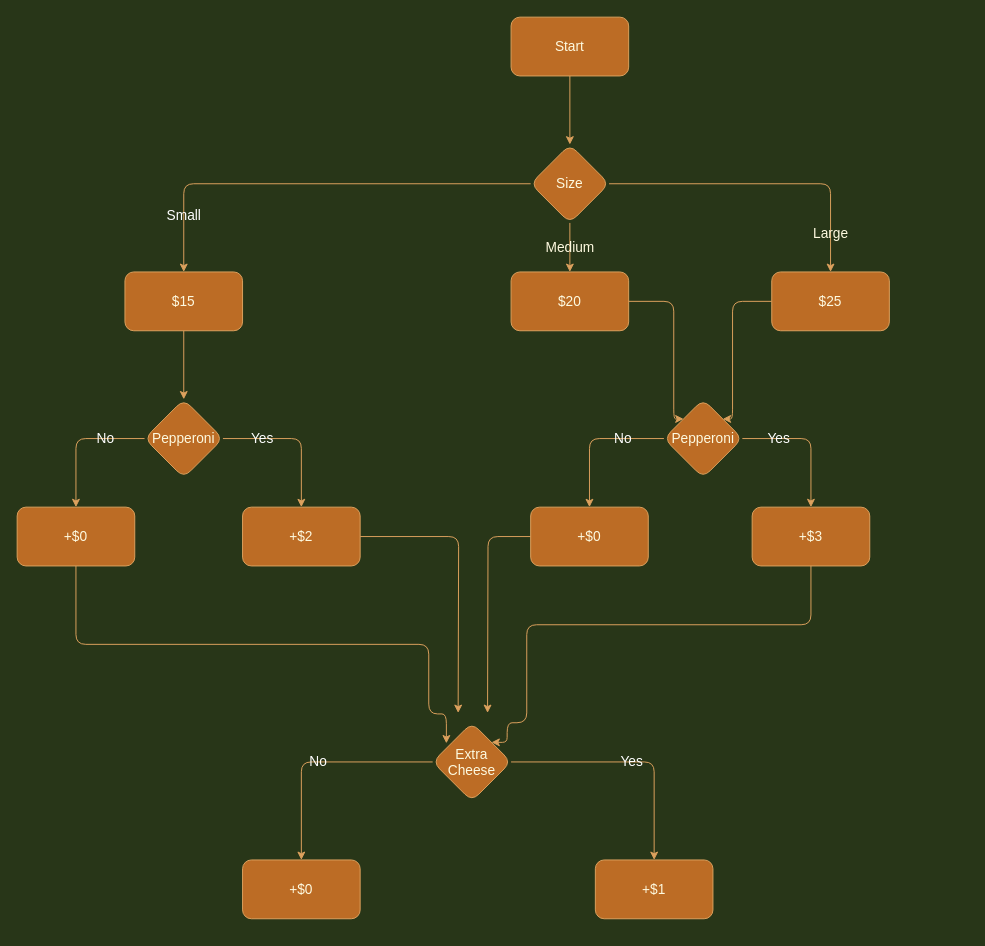
Earlier version of the draw.io diagram chartflow-Pizza-order.drawio (Miroo1010/Day-3-4-Exercise-Pizza-order). Source tidied: cells renumbered, new cells numbered last; positions are measured from the earlier drawing's top-left corner, leaving out a move shared by most shapes. Both pictures are drawn from the tidied source at 98%, with x=0, y=0 at pixel (17, 17).
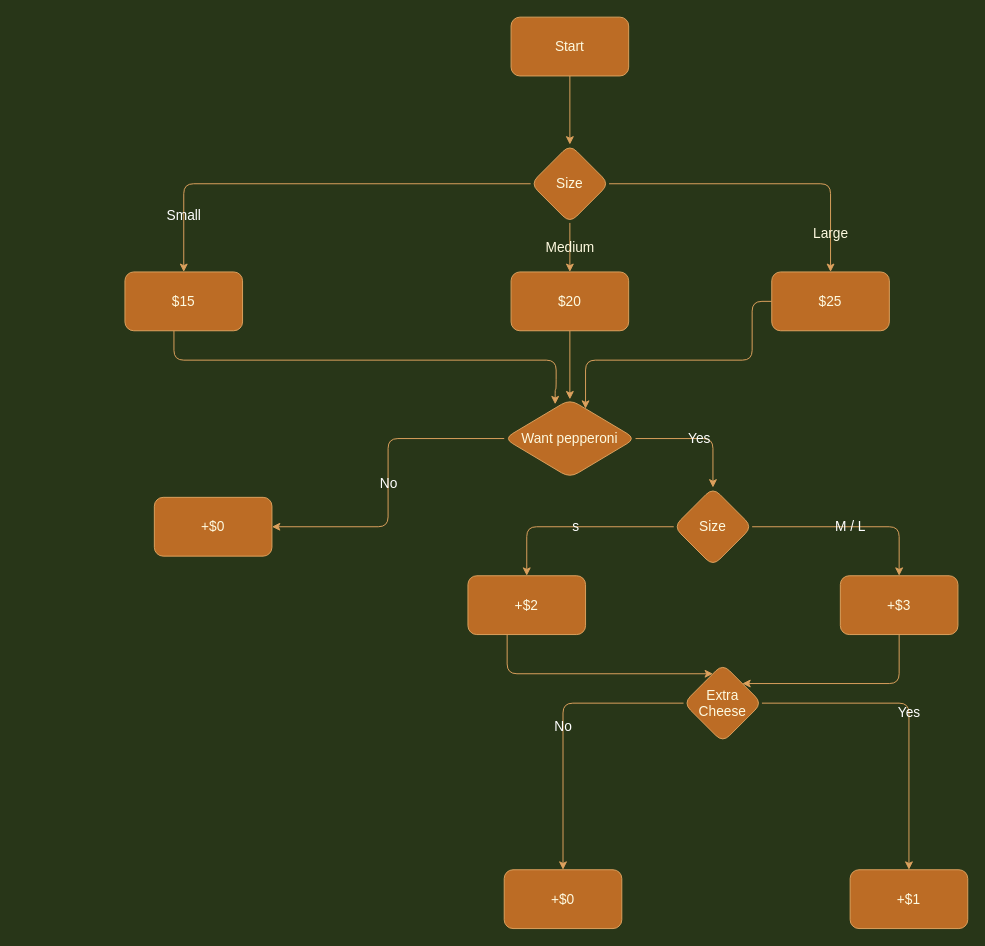
The same diagram, later.

The change refers to these unchanged cells:
```xml
<mxCell id="9" value="$15" style="whiteSpace=wrap;html=1;fontSize=14;fillColor=#BC6C25;strokeColor=#DDA15E;fontColor=#FEFAE0;rounded=1;sketch=0;" parent="1" vertex="1">
  <mxGeometry x="110" y="260" width="120" height="60" as="geometry" />
</mxCell>
<mxCell id="11" value="$20" style="whiteSpace=wrap;html=1;fontSize=14;fillColor=#BC6C25;strokeColor=#DDA15E;fontColor=#FEFAE0;rounded=1;sketch=0;" parent="1" vertex="1">
  <mxGeometry x="504" y="260" width="120" height="60" as="geometry" />
</mxCell>
<mxCell id="13" value="$25" style="whiteSpace=wrap;html=1;fontSize=14;fillColor=#BC6C25;strokeColor=#DDA15E;fontColor=#FEFAE0;rounded=1;sketch=0;" parent="1" vertex="1">
  <mxGeometry x="770" y="260" width="120" height="60" as="geometry" />
</mxCell>
```

What changed in the source:
```diff
@@
-    <mxCell id="8" style="edgeStyle=orthogonalEdgeStyle;curved=0;rounded=1;sketch=0;jettySize=auto;html=1;labelBackgroundColor=none;fontSize=14;fontColor=#FFFFFF;strokeColor=#DDA15E;fillColor=#BC6C25;" parent="1" edge="1" source="9" target="16">
-      <mxGeometry relative="1" as="geometry" />
+    <mxCell id="8" style="edgeStyle=orthogonalEdgeStyle;curved=0;rounded=1;sketch=0;jettySize=auto;html=1;labelBackgroundColor=none;fontSize=14;fontColor=#FFFFFF;strokeColor=#DDA15E;fillColor=#BC6C25;entryX=0.388;entryY=0.063;entryDx=0;entryDy=0;entryPerimeter=0;" parent="1" edge="1" source="9" target="36">
+      <mxGeometry relative="1" as="geometry">
+        <Array as="points">
+          <mxPoint x="160" y="350" />
+          <mxPoint x="550" y="350" />
+          <mxPoint x="550" y="380" />
+          <mxPoint x="549" y="380" />
+        </Array>
+      </mxGeometry>
     </mxCell>
@@
-    <mxCell id="10" style="edgeStyle=orthogonalEdgeStyle;curved=0;rounded=1;sketch=0;jettySize=auto;html=1;labelBackgroundColor=none;fontSize=14;fontColor=#FFFFFF;strokeColor=#DDA15E;fillColor=#BC6C25;entryX=0;entryY=0;entryDx=0;entryDy=0;" parent="1" edge="1" source="11" target="23">
-      <mxGeometry relative="1" as="geometry">
-        <Array as="points">
-          <mxPoint x="670" y="290" />
-          <mxPoint x="670" y="410" />
-        </Array>
-      </mxGeometry>
-    </mxCell>
+    <mxCell id="33" style="edgeStyle=orthogonalEdgeStyle;curved=0;rounded=1;sketch=0;jettySize=auto;html=1;labelBackgroundColor=none;fontSize=14;fontColor=#FFFFFF;strokeColor=#DDA15E;fillColor=#BC6C25;" parent="1" edge="1" source="11" target="36">
+      <mxGeometry relative="1" as="geometry" />
+    </mxCell>
@@
-    <mxCell id="12" style="edgeStyle=orthogonalEdgeStyle;curved=0;rounded=1;sketch=0;jettySize=auto;html=1;labelBackgroundColor=none;fontSize=14;fontColor=#FFFFFF;strokeColor=#DDA15E;fillColor=#BC6C25;entryX=1;entryY=0;entryDx=0;entryDy=0;" parent="1" edge="1" source="13" target="23">
+    <mxCell id="12" style="edgeStyle=orthogonalEdgeStyle;curved=0;rounded=1;sketch=0;jettySize=auto;html=1;labelBackgroundColor=none;fontSize=14;fontColor=#FFFFFF;strokeColor=#DDA15E;fillColor=#BC6C25;" parent="1" edge="1" source="13" target="36">
       <mxGeometry relative="1" as="geometry">
         <Array as="points">
-          <mxPoint x="730" y="290" />
-          <mxPoint x="730" y="410" />
+          <mxPoint x="750" y="290" />
+          <mxPoint x="750" y="350" />
+          <mxPoint x="580" y="350" />
         </Array>
       </mxGeometry>
     </mxCell>
@@
-    <mxCell id="14" value="Yes" style="edgeStyle=orthogonalEdgeStyle;curved=0;rounded=1;sketch=0;jettySize=auto;html=1;labelBackgroundColor=none;fontSize=14;fontColor=#FFFFFF;strokeColor=#DDA15E;fillColor=#BC6C25;" parent="1" edge="1" source="16" target="18">
-      <mxGeometry x="-0.47" relative="1" as="geometry" />
-    </mxCell>
-    <mxCell id="15" value="No" style="edgeStyle=orthogonalEdgeStyle;curved=0;rounded=1;sketch=0;jettySize=auto;html=1;labelBackgroundColor=none;fontSize=14;fontColor=#FFFFFF;strokeColor=#DDA15E;fillColor=#BC6C25;" parent="1" edge="1" source="16" target="20">
-      <mxGeometry x="-0.43" relative="1" as="geometry" />
-    </mxCell>
-    <mxCell id="16" value="Pepperoni" style="rhombus;whiteSpace=wrap;html=1;fontSize=14;fillColor=#BC6C25;strokeColor=#DDA15E;fontColor=#FEFAE0;rounded=1;sketch=0;" parent="1" vertex="1">
-      <mxGeometry x="130" y="390" width="80" height="80" as="geometry" />
-    </mxCell>
-    <mxCell id="17" style="edgeStyle=orthogonalEdgeStyle;curved=0;rounded=1;sketch=0;jettySize=auto;html=1;labelBackgroundColor=none;fontSize=14;fontColor=#FFFFFF;strokeColor=#DDA15E;fillColor=#BC6C25;" parent="1" edge="1" source="18">
-      <mxGeometry relative="1" as="geometry">
-        <mxPoint x="450" y="710" as="targetPoint" />
-      </mxGeometry>
-    </mxCell>
-    <mxCell id="18" value="+$2" style="whiteSpace=wrap;html=1;fontSize=14;fillColor=#BC6C25;strokeColor=#DDA15E;fontColor=#FEFAE0;rounded=1;sketch=0;" parent="1" vertex="1">
-      <mxGeometry x="230" y="500" width="120" height="60" as="geometry" />
-    </mxCell>
-    <mxCell id="19" style="edgeStyle=orthogonalEdgeStyle;curved=0;rounded=1;sketch=0;jettySize=auto;html=1;labelBackgroundColor=none;fontSize=14;fontColor=#FFFFFF;strokeColor=#DDA15E;fillColor=#BC6C25;entryX=0.175;entryY=0.263;entryDx=0;entryDy=0;entryPerimeter=0;" parent="1" edge="1" source="20" target="30">
-      <mxGeometry relative="1" as="geometry">
-        <Array as="points">
-          <mxPoint x="60" y="640" />
-          <mxPoint x="420" y="640" />
-          <mxPoint x="420" y="711" />
-        </Array>
-      </mxGeometry>
-    </mxCell>
     <mxCell id="20" value="+$0" style="whiteSpace=wrap;html=1;fontSize=14;fillColor=#BC6C25;strokeColor=#DDA15E;fontColor=#FEFAE0;rounded=1;sketch=0;" parent="1" vertex="1">
-      <mxGeometry y="500" width="120" height="60" as="geometry" />
+      <mxGeometry x="140" y="490" width="120" height="60" as="geometry" />
     </mxCell>
-    <mxCell id="21" value="Yes" style="edgeStyle=orthogonalEdgeStyle;curved=0;rounded=1;sketch=0;jettySize=auto;html=1;labelBackgroundColor=none;fontSize=14;fontColor=#FFFFFF;strokeColor=#DDA15E;fillColor=#BC6C25;" parent="1" edge="1" source="23" target="25">
-      <mxGeometry x="-0.47" relative="1" as="geometry" />
-    </mxCell>
-    <mxCell id="22" value="No" style="edgeStyle=orthogonalEdgeStyle;curved=0;rounded=1;sketch=0;jettySize=auto;html=1;labelBackgroundColor=none;fontSize=14;fontColor=#FFFFFF;strokeColor=#DDA15E;fillColor=#BC6C25;" parent="1" edge="1" source="23" target="27">
-      <mxGeometry x="-0.43" relative="1" as="geometry" />
-    </mxCell>
-    <mxCell id="23" value="Pepperoni" style="rhombus;whiteSpace=wrap;html=1;fontSize=14;fillColor=#BC6C25;strokeColor=#DDA15E;fontColor=#FEFAE0;rounded=1;sketch=0;" parent="1" vertex="1">
-      <mxGeometry x="660" y="390" width="80" height="80" as="geometry" />
-    </mxCell>
-    <mxCell id="24" style="edgeStyle=orthogonalEdgeStyle;curved=0;rounded=1;sketch=0;jettySize=auto;html=1;labelBackgroundColor=none;fontSize=14;fontColor=#FFFFFF;strokeColor=#DDA15E;fillColor=#BC6C25;entryX=1;entryY=0;entryDx=0;entryDy=0;" parent="1" edge="1" source="25" target="30">
-      <mxGeometry relative="1" as="geometry">
-        <Array as="points">
-          <mxPoint x="810" y="620" />
-          <mxPoint x="520" y="620" />
-          <mxPoint x="520" y="720" />
-          <mxPoint x="500" y="720" />
-          <mxPoint x="500" y="740" />
-        </Array>
-      </mxGeometry>
-    </mxCell>
-    <mxCell id="25" value="+$3" style="whiteSpace=wrap;html=1;fontSize=14;fillColor=#BC6C25;strokeColor=#DDA15E;fontColor=#FEFAE0;rounded=1;sketch=0;" parent="1" vertex="1">
-      <mxGeometry x="750" y="500" width="120" height="60" as="geometry" />
-    </mxCell>
-    <mxCell id="26" style="edgeStyle=orthogonalEdgeStyle;curved=0;rounded=1;sketch=0;jettySize=auto;html=1;labelBackgroundColor=none;fontSize=14;fontColor=#FFFFFF;strokeColor=#DDA15E;fillColor=#BC6C25;" parent="1" edge="1" source="27">
-      <mxGeometry relative="1" as="geometry">
-        <mxPoint x="480" y="710" as="targetPoint" />
-      </mxGeometry>
-    </mxCell>
-    <mxCell id="27" value="+$0" style="whiteSpace=wrap;html=1;fontSize=14;fillColor=#BC6C25;strokeColor=#DDA15E;fontColor=#FEFAE0;rounded=1;sketch=0;" parent="1" vertex="1">
-      <mxGeometry x="524" y="500" width="120" height="60" as="geometry" />
-    </mxCell>
@@
     <mxCell id="30" value="Extra Cheese" style="rhombus;whiteSpace=wrap;html=1;fontSize=14;fillColor=#BC6C25;strokeColor=#DDA15E;fontColor=#FEFAE0;rounded=1;sketch=0;" parent="1" vertex="1">
-      <mxGeometry x="424" y="720" width="80" height="80" as="geometry" />
+      <mxGeometry x="680" y="660" width="80" height="80" as="geometry" />
     </mxCell>
     <mxCell id="31" value="+$1" style="whiteSpace=wrap;html=1;fontSize=14;fillColor=#BC6C25;strokeColor=#DDA15E;fontColor=#FEFAE0;rounded=1;sketch=0;" parent="1" vertex="1">
-      <mxGeometry x="590" y="860" width="120" height="60" as="geometry" />
+      <mxGeometry x="850" y="870" width="120" height="60" as="geometry" />
     </mxCell>
     <mxCell id="32" value="+$0" style="whiteSpace=wrap;html=1;fontSize=14;fillColor=#BC6C25;strokeColor=#DDA15E;fontColor=#FEFAE0;rounded=1;sketch=0;" parent="1" vertex="1">
-      <mxGeometry x="230" y="860" width="120" height="60" as="geometry" />
+      <mxGeometry x="497" y="870" width="120" height="60" as="geometry" />
     </mxCell>
+    <mxCell id="34" value="No" style="edgeStyle=orthogonalEdgeStyle;curved=0;rounded=1;sketch=0;jettySize=auto;html=1;labelBackgroundColor=none;fontSize=14;fontColor=#FFFFFF;strokeColor=#DDA15E;fillColor=#BC6C25;entryX=1;entryY=0.5;entryDx=0;entryDy=0;" parent="1" edge="1" source="36" target="20">
+      <mxGeometry relative="1" as="geometry" />
+    </mxCell>
+    <mxCell id="35" value="Yes" style="edgeStyle=orthogonalEdgeStyle;curved=0;rounded=1;sketch=0;jettySize=auto;html=1;labelBackgroundColor=none;fontSize=14;fontColor=#FFFFFF;strokeColor=#DDA15E;fillColor=#BC6C25;" parent="1" edge="1" source="36" target="39">
+      <mxGeometry relative="1" as="geometry" />
+    </mxCell>
+    <mxCell id="36" value="Want pepperoni" style="rhombus;whiteSpace=wrap;html=1;fontSize=14;fillColor=#BC6C25;strokeColor=#DDA15E;fontColor=#FEFAE0;rounded=1;sketch=0;" parent="1" vertex="1">
+      <mxGeometry x="497" y="390" width="134" height="80" as="geometry" />
+    </mxCell>
+    <mxCell id="37" value="s" style="edgeStyle=orthogonalEdgeStyle;curved=0;rounded=1;sketch=0;jettySize=auto;html=1;labelBackgroundColor=none;fontSize=14;fontColor=#FFFFFF;strokeColor=#DDA15E;fillColor=#BC6C25;" parent="1" edge="1" source="39" target="18">
+      <mxGeometry relative="1" as="geometry" />
+    </mxCell>
+    <mxCell id="38" value="M / L" style="edgeStyle=orthogonalEdgeStyle;curved=0;rounded=1;sketch=0;jettySize=auto;html=1;labelBackgroundColor=none;fontSize=14;fontColor=#FFFFFF;strokeColor=#DDA15E;fillColor=#BC6C25;" parent="1" edge="1" source="39" target="25">
+      <mxGeometry relative="1" as="geometry" />
+    </mxCell>
+    <mxCell id="39" value="Size" style="rhombus;whiteSpace=wrap;html=1;fontSize=14;fillColor=#BC6C25;strokeColor=#DDA15E;fontColor=#FEFAE0;rounded=1;sketch=0;" parent="1" vertex="1">
+      <mxGeometry x="670" y="480" width="80" height="80" as="geometry" />
+    </mxCell>
+    <mxCell id="40" style="edgeStyle=orthogonalEdgeStyle;curved=0;rounded=1;sketch=0;jettySize=auto;html=1;labelBackgroundColor=none;fontSize=14;fontColor=#FFFFFF;strokeColor=#DDA15E;fillColor=#BC6C25;" parent="1" edge="1" source="18" target="30">
+      <mxGeometry relative="1" as="geometry">
+        <Array as="points">
+          <mxPoint x="500" y="670" />
+        </Array>
+      </mxGeometry>
+    </mxCell>
+    <mxCell id="18" value="+$2" style="whiteSpace=wrap;html=1;fontSize=14;fillColor=#BC6C25;strokeColor=#DDA15E;fontColor=#FEFAE0;rounded=1;sketch=0;" parent="1" vertex="1">
+      <mxGeometry x="460" y="570" width="120" height="60" as="geometry" />
+    </mxCell>
+    <mxCell id="24" style="edgeStyle=orthogonalEdgeStyle;curved=0;rounded=1;sketch=0;jettySize=auto;html=1;labelBackgroundColor=none;fontSize=14;fontColor=#FFFFFF;strokeColor=#DDA15E;fillColor=#BC6C25;entryX=1;entryY=0;entryDx=0;entryDy=0;" parent="1" edge="1" source="25" target="30">
+      <mxGeometry relative="1" as="geometry">
+        <Array as="points">
+          <mxPoint x="900" y="680" />
+        </Array>
+      </mxGeometry>
+    </mxCell>
+    <mxCell id="25" value="+$3" style="whiteSpace=wrap;html=1;fontSize=14;fillColor=#BC6C25;strokeColor=#DDA15E;fontColor=#FEFAE0;rounded=1;sketch=0;" parent="1" vertex="1">
+      <mxGeometry x="840" y="570" width="120" height="60" as="geometry" />
+    </mxCell>
```
